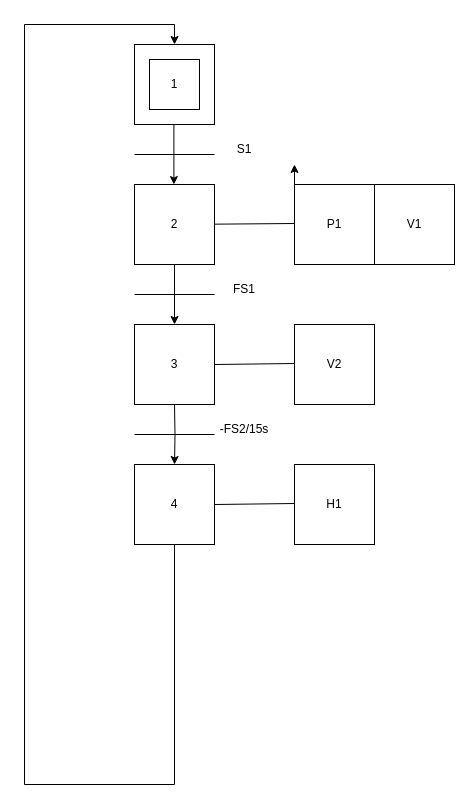
dbarif/Diagrams.netd_b keeps this draw.io diagram as Untitled Diagram.drawio. Above is the earlier version. Source tidied: cells renumbered, new cells numbered last; positions are measured from the earlier drawing's top-left corner, leaving out a move shared by most shapes. Both pictures are drawn from the tidied source at 100%, with x=0, y=0 at pixel (24, 24).
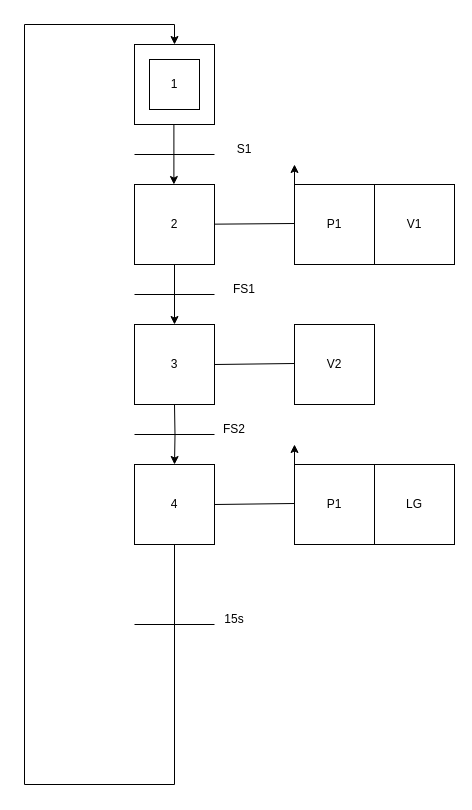
After the change.

Diff of the diagram source:
```diff
@@
-    <mxCell id="12" value="-FS2/15s" style="text;html=1;align=center;verticalAlign=middle;whiteSpace=wrap;rounded=0;" parent="1" vertex="1">
-      <mxGeometry x="190" y="390" width="60" height="30" as="geometry" />
+    <mxCell id="12" value="FS2" style="text;html=1;align=center;verticalAlign=middle;whiteSpace=wrap;rounded=0;" parent="1" vertex="1">
+      <mxGeometry x="180" y="390" width="60" height="30" as="geometry" />
     </mxCell>
@@
-    <mxCell id="25" value="H1" style="whiteSpace=wrap;html=1;" parent="1" vertex="1">
+    <mxCell id="25" value="P1" style="whiteSpace=wrap;html=1;" parent="1" vertex="1">
       <mxGeometry x="270" y="440" width="80" height="80" as="geometry" />
     </mxCell>
+    <mxCell id="26" value="LG" style="whiteSpace=wrap;html=1;" parent="1" vertex="1">
+      <mxGeometry x="350" y="440" width="80" height="80" as="geometry" />
+    </mxCell>
+    <mxCell id="27" style="endArrow=none;html=1;rounded=0;" parent="1" edge="1">
+      <mxGeometry relative="1" as="geometry">
+        <mxPoint x="110" y="600" as="sourcePoint" />
+        <mxPoint x="190" y="600" as="targetPoint" />
+      </mxGeometry>
+    </mxCell>
+    <mxCell id="28" value="15s" style="text;html=1;align=center;verticalAlign=middle;whiteSpace=wrap;rounded=0;" parent="1" vertex="1">
+      <mxGeometry x="180" y="580" width="60" height="30" as="geometry" />
+    </mxCell>
+    <mxCell id="29" style="endArrow=classic;html=1;rounded=0;" parent="1" edge="1">
+      <mxGeometry relative="1" as="geometry">
+        <mxPoint x="270" y="460" as="sourcePoint" />
+        <mxPoint x="270" y="420" as="targetPoint" />
+      </mxGeometry>
+    </mxCell>
```
